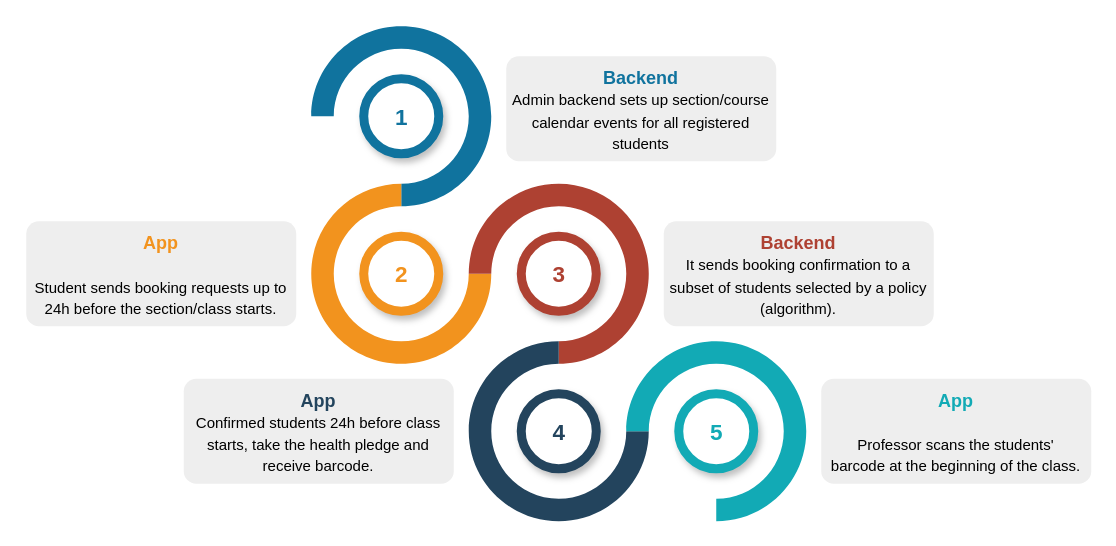
Before: page "flow" (2 of 3) of lectures/ai-systems/going-back-to-work/images/going-back-to-work.drawio in pantelis/aiml-common, a draw.io diagram. Source tidied: cells renumbered, new cells numbered last; positions are measured from the earlier drawing's top-left corner, leaving out a move shared by most shapes. Both pictures are drawn from the tidied source at 150%, with x=0, y=0 at pixel (26, 26).
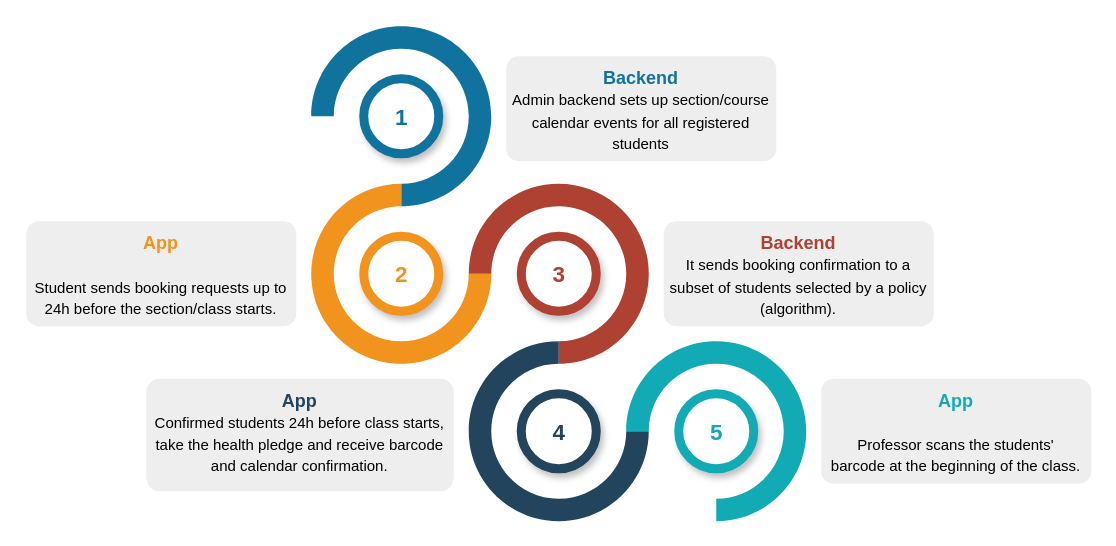
Above is the later version.

The edit, as a diff of the source:
```diff
@@
 <mxGraphModel>
   <root>
     <mxCell id="0" />
     <mxCell id="1" parent="0" />
     <mxCell id="2" style="verticalLabelPosition=bottom;verticalAlign=top;html=1;shape=mxgraph.basic.partConcEllipse;startAngle=0.75;endAngle=0.5;arcWidth=0.25;fillColor=#10739E;strokeColor=none;shadow=0;" parent="1" vertex="1">
       <mxGeometry x="190" width="120" height="120" as="geometry" />
     </mxCell>
     <mxCell id="3" style="verticalLabelPosition=bottom;verticalAlign=top;html=1;shape=mxgraph.basic.partConcEllipse;startAngle=0.25;endAngle=0;arcWidth=0.25;fillColor=#F2931E;strokeColor=none;shadow=0;" parent="1" vertex="1">
       <mxGeometry x="190" y="105" width="120" height="120" as="geometry" />
     </mxCell>
     <mxCell id="4" style="verticalLabelPosition=bottom;verticalAlign=top;html=1;shape=mxgraph.basic.partConcEllipse;startAngle=0.75;endAngle=0.5;arcWidth=0.25;fillColor=#AE4132;strokeColor=none;shadow=0;" parent="1" vertex="1">
       <mxGeometry x="295" y="105" width="120" height="120" as="geometry" />
     </mxCell>
     <mxCell id="5" style="verticalLabelPosition=bottom;verticalAlign=top;html=1;shape=mxgraph.basic.partConcEllipse;startAngle=0.25;endAngle=0;arcWidth=0.25;fillColor=#23445D;strokeColor=none;shadow=0;" parent="1" vertex="1">
       <mxGeometry x="295" y="210" width="120" height="120" as="geometry" />
     </mxCell>
     <mxCell id="6" style="verticalLabelPosition=bottom;verticalAlign=top;html=1;shape=mxgraph.basic.partConcEllipse;startAngle=0.75;endAngle=0.5;arcWidth=0.25;fillColor=#12AAB5;strokeColor=none;shadow=0;" parent="1" vertex="1">
       <mxGeometry x="400" y="210" width="120" height="120" as="geometry" />
     </mxCell>
     <mxCell id="7" value="1" style="shape=ellipse;strokeWidth=6;strokeColor=#10739E;fontSize=15;html=1;fontStyle=1;fontColor=#10739E;shadow=1;" parent="1" vertex="1">
       <mxGeometry x="225" y="35" width="50" height="50" as="geometry" />
     </mxCell>
     <mxCell id="8" value="2" style="shape=ellipse;strokeWidth=6;strokeColor=#F2931E;fontSize=15;html=1;fontStyle=1;fontColor=#F2931E;shadow=1;" parent="1" vertex="1">
       <mxGeometry x="225" y="140" width="50" height="50" as="geometry" />
     </mxCell>
     <mxCell id="9" value="3" style="shape=ellipse;strokeWidth=6;strokeColor=#AE4132;fontSize=15;html=1;fontStyle=1;fontColor=#AE4132;shadow=1;" parent="1" vertex="1">
       <mxGeometry x="330" y="140" width="50" height="50" as="geometry" />
     </mxCell>
     <mxCell id="10" value="4" style="shape=ellipse;strokeWidth=6;strokeColor=#23445D;fontSize=15;html=1;fontStyle=1;fontColor=#23445D;shadow=1;" parent="1" vertex="1">
       <mxGeometry x="330" y="245" width="50" height="50" as="geometry" />
     </mxCell>
     <mxCell id="11" value="5" style="shape=ellipse;strokeWidth=6;strokeColor=#12AAB5;fontSize=15;html=1;fontStyle=1;fontColor=#12AAB5;shadow=1;" parent="1" vertex="1">
       <mxGeometry x="435" y="245" width="50" height="50" as="geometry" />
     </mxCell>
     <mxCell id="12" value="&lt;font style=&quot;font-size: 10px&quot;&gt;&lt;font style=&quot;font-size: 12px&quot; color=&quot;#10739E&quot;&gt;&lt;b&gt;Backend&lt;/b&gt;&lt;/font&gt;&lt;br&gt;&lt;font size=&quot;1&quot;&gt;Admin backend sets up section/course calendar events for all registered students&lt;/font&gt;&lt;/font&gt;" style="rounded=1;strokeColor=none;fillColor=#EEEEEE;align=center;arcSize=12;verticalAlign=top;whiteSpace=wrap;html=1;fontSize=12;spacing=3;shadow=0;" parent="1" vertex="1">
       <mxGeometry x="320" y="20" width="180" height="70" as="geometry" />
     </mxCell>
     <mxCell id="13" value="&lt;font&gt;&lt;font style=&quot;font-size: 12px&quot; color=&quot;#F2931E&quot;&gt;&lt;b&gt;App&lt;/b&gt;&lt;/font&gt;&lt;br&gt;&lt;br&gt;&lt;span style=&quot;font-size: 10px&quot;&gt;Student sends booking requests up to 24h before the section/class starts.&lt;/span&gt;&lt;br&gt;&lt;/font&gt;" style="rounded=1;strokeColor=none;fillColor=#EEEEEE;align=center;arcSize=12;verticalAlign=top;whiteSpace=wrap;html=1;fontSize=12;spacing=3;shadow=0;" parent="1" vertex="1">
       <mxGeometry y="130" width="180" height="70" as="geometry" />
     </mxCell>
     <mxCell id="14" value="&lt;font&gt;&lt;font style=&quot;font-size: 12px&quot; color=&quot;#AE4132&quot;&gt;&lt;b&gt;Backend&lt;/b&gt;&lt;/font&gt;&lt;br&gt;&lt;span style=&quot;font-size: 10px&quot;&gt;It sends booking confirmation to a subset of students selected by a policy (algorithm).&lt;/span&gt;&lt;br&gt;&lt;/font&gt;" style="rounded=1;strokeColor=none;fillColor=#EEEEEE;align=center;arcSize=12;verticalAlign=top;whiteSpace=wrap;html=1;fontSize=12;spacing=3;shadow=0;" parent="1" vertex="1">
       <mxGeometry x="425" y="130" width="180" height="70" as="geometry" />
     </mxCell>
-    <mxCell id="15" value="&lt;font&gt;&lt;font style=&quot;font-size: 12px&quot; color=&quot;#23445D&quot;&gt;&lt;b&gt;App&lt;/b&gt;&lt;/font&gt;&lt;br&gt;&lt;font size=&quot;1&quot;&gt;Confirmed students 24h before class starts, take the health pledge and receive barcode.&lt;/font&gt;&lt;br&gt;&lt;/font&gt;" style="rounded=1;strokeColor=none;fillColor=#EEEEEE;align=center;arcSize=12;verticalAlign=top;whiteSpace=wrap;html=1;fontSize=12;spacing=3;shadow=0;" parent="1" vertex="1">
-      <mxGeometry x="105" y="235" width="180" height="70" as="geometry" />
+    <mxCell id="15" value="&lt;font&gt;&lt;font style=&quot;font-size: 12px&quot; color=&quot;#23445D&quot;&gt;&lt;b&gt;App&lt;/b&gt;&lt;/font&gt;&lt;br&gt;&lt;font size=&quot;1&quot;&gt;Confirmed students 24h before class starts, take the health pledge and receive barcode and calendar confirmation.&lt;/font&gt;&lt;br&gt;&lt;/font&gt;" style="rounded=1;strokeColor=none;fillColor=#EEEEEE;align=center;arcSize=12;verticalAlign=top;whiteSpace=wrap;html=1;fontSize=12;spacing=3;shadow=0;" parent="1" vertex="1">
+      <mxGeometry x="80" y="235" width="205" height="75" as="geometry" />
     </mxCell>
     <mxCell id="16" value="&lt;font&gt;&lt;font color=&quot;#12aab5&quot;&gt;&lt;b&gt;App&lt;/b&gt;&lt;/font&gt;&lt;br&gt;&lt;br&gt;&lt;font size=&quot;1&quot;&gt;Professor scans the students' barcode&amp;nbsp;&lt;/font&gt;&lt;span style=&quot;font-size: x-small&quot;&gt;at the beginning of the class.&lt;/span&gt;&lt;br&gt;&lt;/font&gt;" style="rounded=1;strokeColor=none;fillColor=#EEEEEE;align=center;arcSize=12;verticalAlign=top;whiteSpace=wrap;html=1;fontSize=12;spacing=3;shadow=0;" parent="1" vertex="1">
       <mxGeometry x="530" y="235" width="180" height="70" as="geometry" />
     </mxCell>
   </root>
 </mxGraphModel>
```
